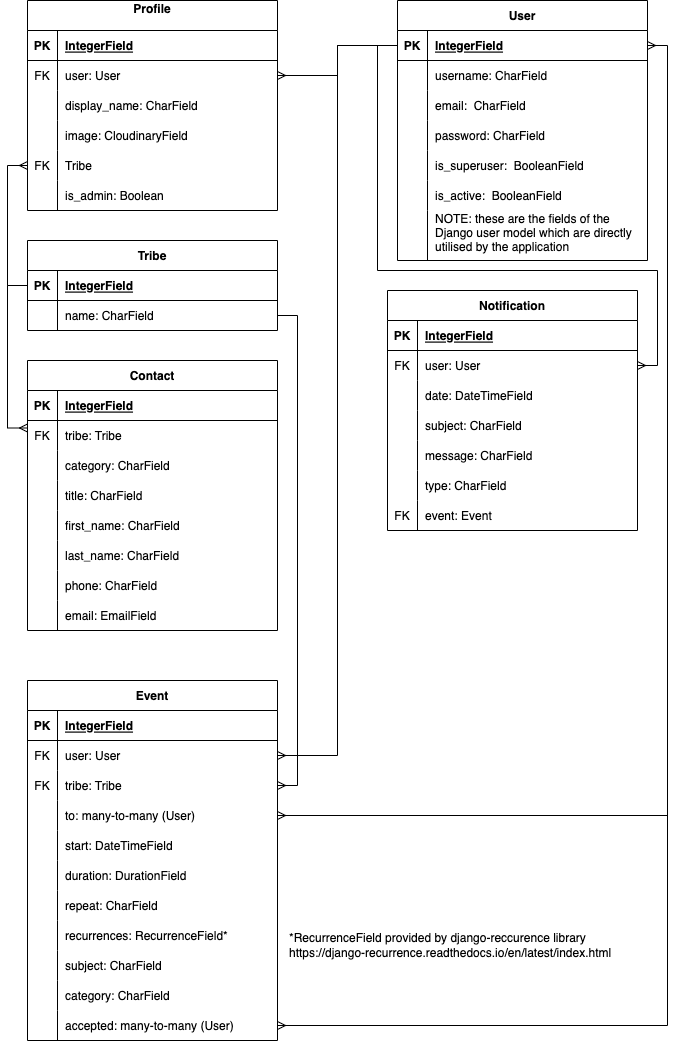
Earlier version of the draw.io export readme_media/pp5_db_schema.png (andy-guttridge/tribehub_drf). Source tidied: cells renumbered, new cells last; positions are measured from the earlier drawing's top-left corner, leaving out a move shared by most shapes.
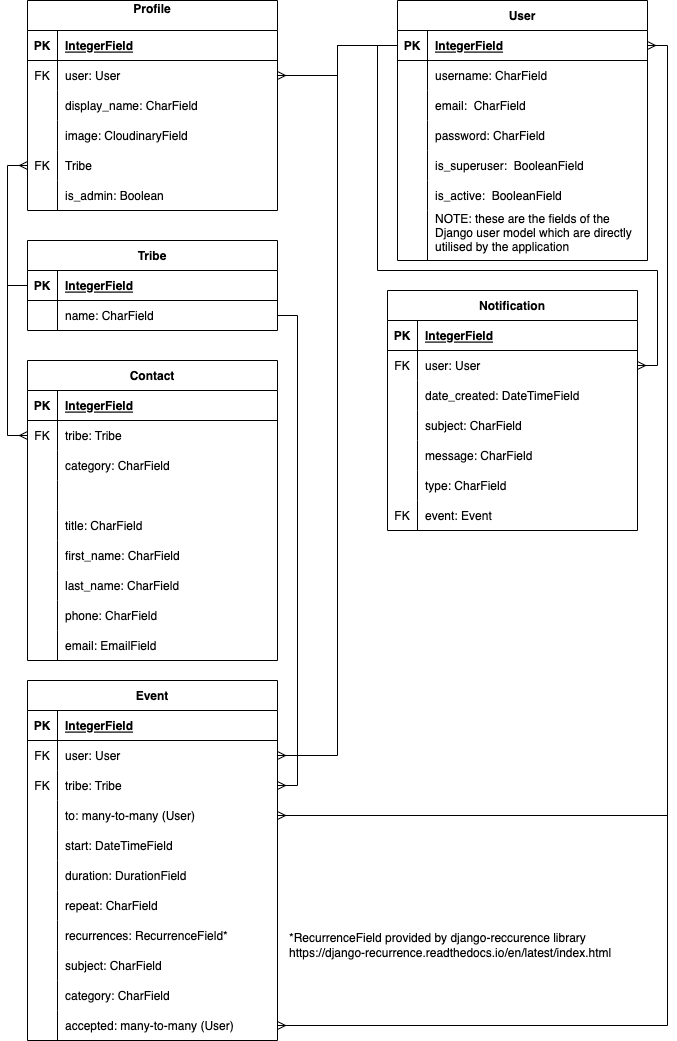
The same file after the commit.

Diff of the diagram source:
```diff
@@ -155,7 +155,7 @@
     <mxCell id="52" style="shape=partialRectangle;overflow=hidden;fillColor=none;top=0;left=0;bottom=0;right=0;" parent="51" vertex="1">
       <mxGeometry width="30" height="30" as="geometry" />
     </mxCell>
-    <mxCell id="53" value="date: DateTimeField" style="shape=partialRectangle;overflow=hidden;fillColor=none;top=0;left=0;bottom=0;right=0;align=left;spacingLeft=6;" parent="51" vertex="1">
+    <mxCell id="53" value="date_created: DateTimeField" style="shape=partialRectangle;overflow=hidden;fillColor=none;top=0;left=0;bottom=0;right=0;align=left;spacingLeft=6;" parent="51" vertex="1">
       <mxGeometry x="30" width="220" height="30" as="geometry" />
     </mxCell>
     <mxCell id="54" style="shape=partialRectangle;fillColor=none;top=0;left=0;right=0;bottom=0;" parent="44" vertex="1">
@@ -310,7 +310,7 @@
       <mxGeometry relative="1" as="geometry" />
     </mxCell>
     <mxCell id="102" value="Contact" style="shape=table;startSize=30;rowLines=0;fontStyle=1;align=center;" parent="1" vertex="1">
-      <mxGeometry y="360" width="250" height="270" as="geometry" />
+      <mxGeometry y="360" width="250" height="300" as="geometry" />
     </mxCell>
     <mxCell id="103" style="shape=partialRectangle;fillColor=none;top=0;left=0;right=0;bottom=1;" parent="102" vertex="1">
       <mxGeometry y="30" width="250" height="30" as="geometry" />
@@ -339,8 +339,17 @@
     <mxCell id="111" value="category: CharField" style="shape=partialRectangle;overflow=hidden;fillColor=none;top=0;left=0;bottom=0;right=0;align=left;spacingLeft=6;" parent="109" vertex="1">
       <mxGeometry x="30" width="220" height="30" as="geometry" />
     </mxCell>
+    <mxCell id="140" style="shape=partialRectangle;fillColor=none;top=0;left=0;right=0;bottom=0;" parent="102" vertex="1">
+      <mxGeometry y="120" width="250" height="30" as="geometry" />
+    </mxCell>
+    <mxCell id="141" style="shape=partialRectangle;overflow=hidden;fillColor=none;top=0;left=0;bottom=0;right=0;" parent="140" vertex="1">
+      <mxGeometry width="30" height="30" as="geometry" />
+    </mxCell>
+    <mxCell id="142" style="shape=partialRectangle;overflow=hidden;fillColor=none;top=0;left=0;bottom=0;right=0;align=left;spacingLeft=6;" parent="140" vertex="1">
+      <mxGeometry x="30" width="220" height="30" as="geometry" />
+    </mxCell>
     <mxCell id="112" style="shape=partialRectangle;fillColor=none;top=0;left=0;right=0;bottom=0;" parent="102" vertex="1">
-      <mxGeometry y="120" width="250" height="30" as="geometry" />
+      <mxGeometry y="150" width="250" height="30" as="geometry" />
     </mxCell>
     <mxCell id="113" style="shape=partialRectangle;overflow=hidden;fillColor=none;top=0;left=0;bottom=0;right=0;" parent="112" vertex="1">
       <mxGeometry width="30" height="30" as="geometry" />
@@ -349,7 +358,7 @@
       <mxGeometry x="30" width="220" height="30" as="geometry" />
     </mxCell>
     <mxCell id="115" style="shape=partialRectangle;fillColor=none;top=0;left=0;right=0;bottom=0;" parent="102" vertex="1">
-      <mxGeometry y="150" width="250" height="30" as="geometry" />
+      <mxGeometry y="180" width="250" height="30" as="geometry" />
     </mxCell>
     <mxCell id="116" style="shape=partialRectangle;overflow=hidden;fillColor=none;top=0;left=0;bottom=0;right=0;" parent="115" vertex="1">
       <mxGeometry width="30" height="30" as="geometry" />
@@ -358,7 +367,7 @@
       <mxGeometry x="30" width="220" height="30" as="geometry" />
     </mxCell>
     <mxCell id="118" style="shape=partialRectangle;fillColor=none;top=0;left=0;right=0;bottom=0;" parent="102" vertex="1">
-      <mxGeometry y="180" width="250" height="30" as="geometry" />
+      <mxGeometry y="210" width="250" height="30" as="geometry" />
     </mxCell>
     <mxCell id="119" style="shape=partialRectangle;overflow=hidden;fillColor=none;top=0;left=0;bottom=0;right=0;" parent="118" vertex="1">
       <mxGeometry width="30" height="30" as="geometry" />
@@ -367,7 +376,7 @@
       <mxGeometry x="30" width="220" height="30" as="geometry" />
     </mxCell>
     <mxCell id="121" style="shape=partialRectangle;fillColor=none;top=0;left=0;right=0;bottom=0;" parent="102" vertex="1">
-      <mxGeometry y="210" width="250" height="30" as="geometry" />
+      <mxGeometry y="240" width="250" height="30" as="geometry" />
     </mxCell>
     <mxCell id="122" style="shape=partialRectangle;overflow=hidden;fillColor=none;top=0;left=0;bottom=0;right=0;" parent="121" vertex="1">
       <mxGeometry width="30" height="30" as="geometry" />
@@ -376,7 +385,7 @@
       <mxGeometry x="30" width="220" height="30" as="geometry" />
     </mxCell>
     <mxCell id="124" style="shape=partialRectangle;fillColor=none;top=0;left=0;right=0;bottom=0;" parent="102" vertex="1">
-      <mxGeometry y="240" width="250" height="30" as="geometry" />
+      <mxGeometry y="270" width="250" height="30" as="geometry" />
     </mxCell>
     <mxCell id="125" style="shape=partialRectangle;overflow=hidden;fillColor=none;top=0;left=0;bottom=0;right=0;" parent="124" vertex="1">
       <mxGeometry width="30" height="30" as="geometry" />
```
